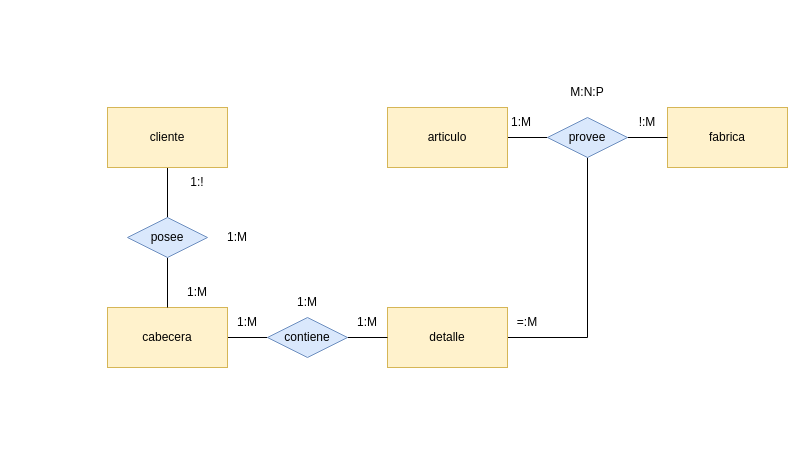
Mundrack/Base-de-datos keeps this draw.io diagram as Empresaejercicio1.drawio. Above is the earlier version. Source tidied: cells renumbered, new cells numbered last; positions are measured from the earlier drawing's top-left corner, leaving out a move shared by most shapes. Both pictures are drawn from the tidied source at 100%, with x=0, y=0 at pixel (107, 77).
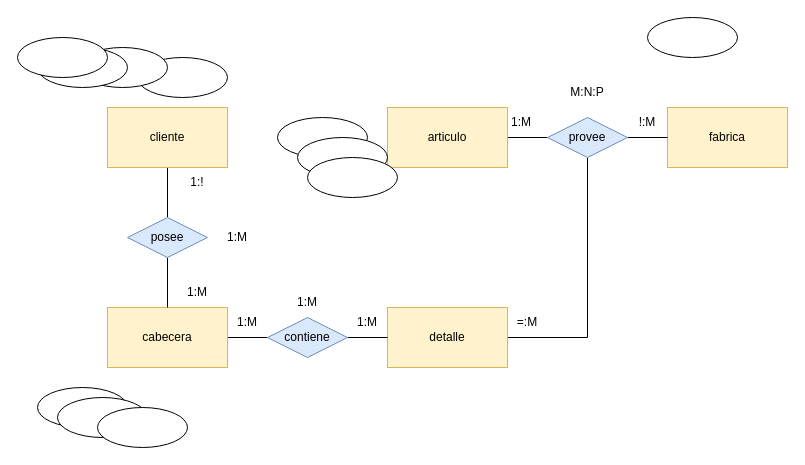
The same diagram, later.

Change to the diagram source:
```diff
@@
+    <mxCell id="27" style="ellipse;whiteSpace=wrap;html=1;" parent="1" vertex="1">
+      <mxGeometry x="30" y="-20" width="90" height="40" as="geometry" />
+    </mxCell>
+    <mxCell id="28" style="ellipse;whiteSpace=wrap;html=1;" parent="1" vertex="1">
+      <mxGeometry x="-30" y="-30" width="90" height="40" as="geometry" />
+    </mxCell>
+    <mxCell id="29" style="ellipse;whiteSpace=wrap;html=1;" parent="1" vertex="1">
+      <mxGeometry x="-70" y="-30" width="90" height="40" as="geometry" />
+    </mxCell>
+    <mxCell id="30" style="ellipse;whiteSpace=wrap;html=1;" parent="1" vertex="1">
+      <mxGeometry x="-90" y="-40" width="90" height="40" as="geometry" />
+    </mxCell>
+    <mxCell id="31" style="ellipse;whiteSpace=wrap;html=1;" parent="1" vertex="1">
+      <mxGeometry x="170" y="40" width="90" height="40" as="geometry" />
+    </mxCell>
+    <mxCell id="32" style="ellipse;whiteSpace=wrap;html=1;" parent="1" vertex="1">
+      <mxGeometry x="190" y="60" width="90" height="40" as="geometry" />
+    </mxCell>
+    <mxCell id="33" style="ellipse;whiteSpace=wrap;html=1;" parent="1" vertex="1">
+      <mxGeometry x="200" y="80" width="90" height="40" as="geometry" />
+    </mxCell>
+    <mxCell id="34" style="ellipse;whiteSpace=wrap;html=1;" parent="1" vertex="1">
+      <mxGeometry x="-70" y="310" width="90" height="40" as="geometry" />
+    </mxCell>
+    <mxCell id="35" style="ellipse;whiteSpace=wrap;html=1;" parent="1" vertex="1">
+      <mxGeometry x="-50" y="320" width="90" height="40" as="geometry" />
+    </mxCell>
+    <mxCell id="36" style="ellipse;whiteSpace=wrap;html=1;" parent="1" vertex="1">
+      <mxGeometry x="-10" y="330" width="90" height="40" as="geometry" />
+    </mxCell>
+    <mxCell id="37" style="ellipse;whiteSpace=wrap;html=1;" parent="1" vertex="1">
+      <mxGeometry x="540" y="-60" width="90" height="40" as="geometry" />
+    </mxCell>
```
